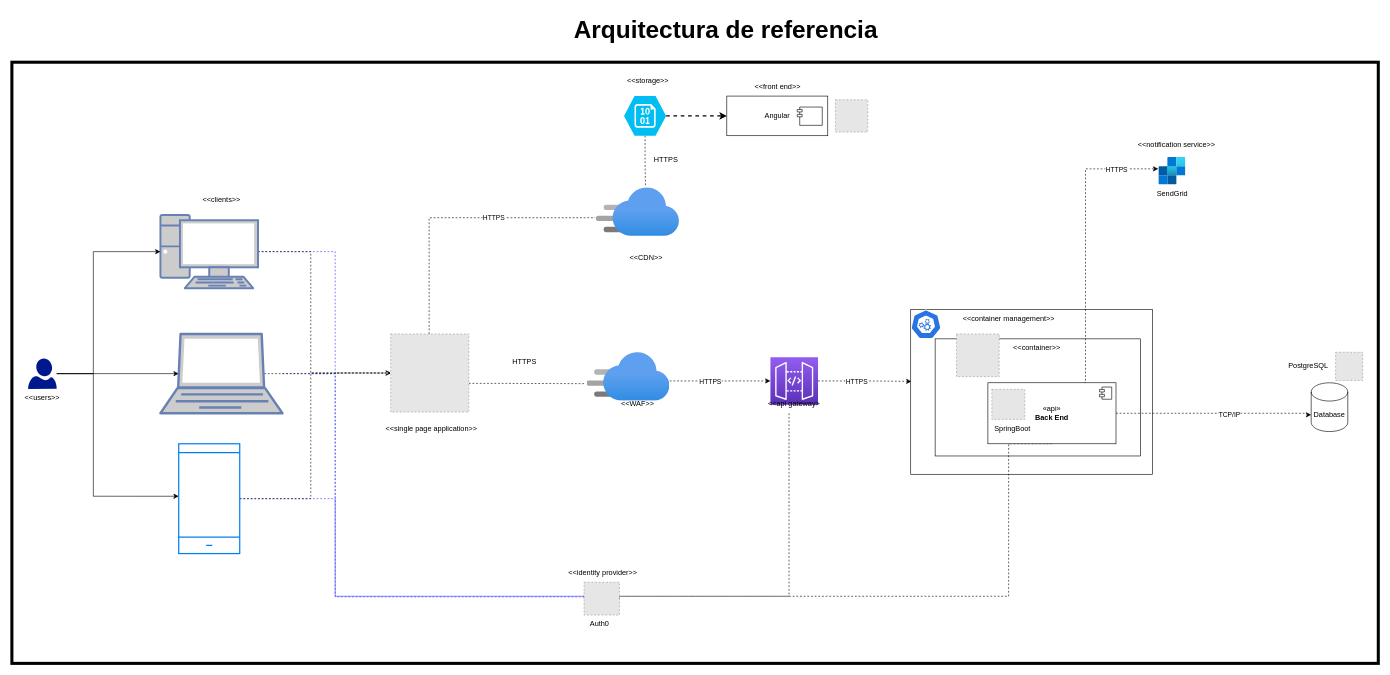
Before: Diseño alto nivel/Alternativa de solución/Arquitectura referencia/ArquitecturaReferencia.drawio in MiguelRiosT/ApipetDocumentacion, a draw.io diagram. Source tidied: cells renumbered, new cells numbered last; positions are measured from the earlier drawing's top-left corner, leaving out a move shared by most shapes. Both pictures are drawn from the tidied source at 61%, with x=0, y=0 at pixel (12, 10). Pictures stored in the file or linked from it are replaced by grey dashed boxes.
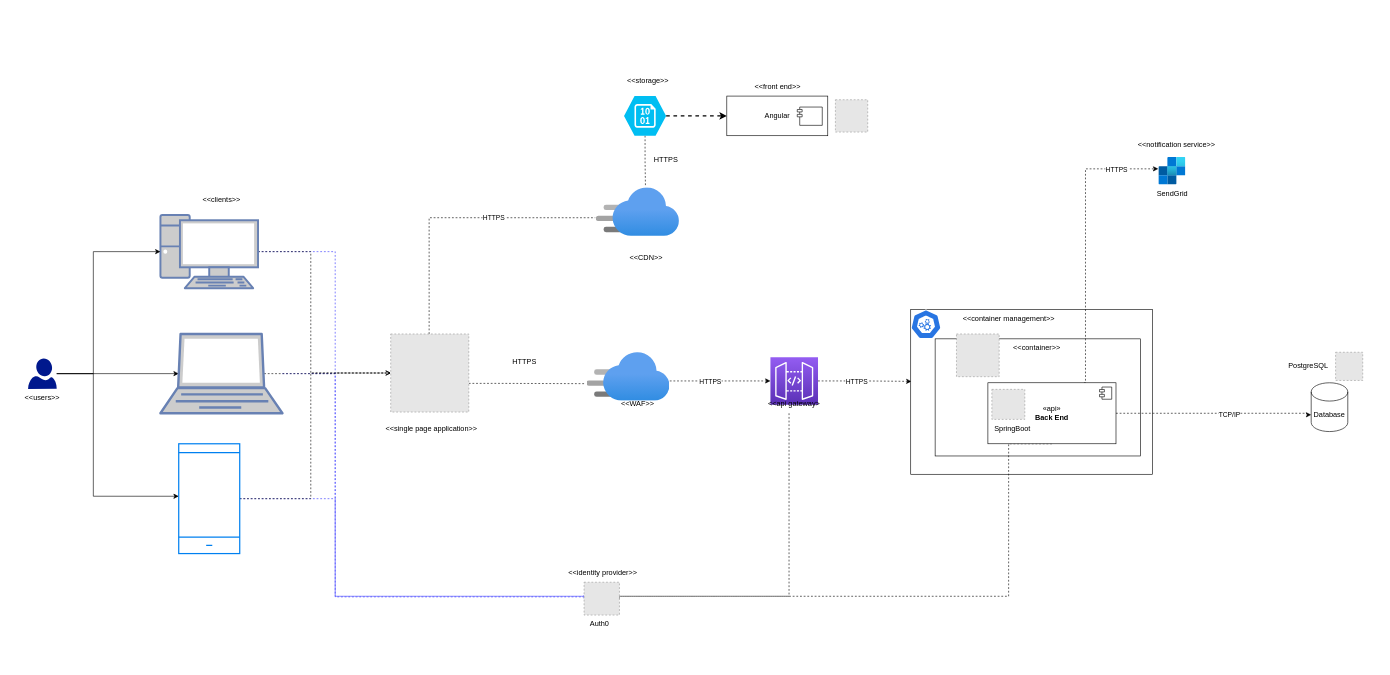
The same page after the edit.

Diff of the diagram source:
```diff
@@
-    <mxCell id="2" style="rounded=0;whiteSpace=wrap;html=1;strokeWidth=5;" parent="1" vertex="1">
-      <mxGeometry y="84.5" width="2240" height="985.5" as="geometry" />
-    </mxCell>
@@
-    <mxCell id="58" value="Arquitectura de referencia" style="text;html=1;align=center;verticalAlign=middle;strokeColor=none;fillColor=none;strokeWidth=3;fontStyle=1;fontSize=40;" parent="1" vertex="1">
-      <mxGeometry x="910" width="520" height="60" as="geometry" />
-    </mxCell>
```
